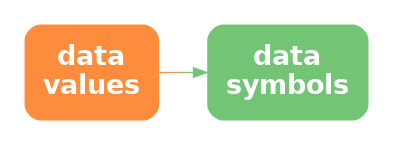
The Graphviz diagram Diagrams/data-sym.png in pmur002/hdvw, before a commit. Its source is kept beside it as Diagrams/data-sym.dot.
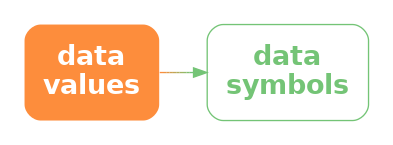
Above is the later version.

What changed in the source:
```diff
@@ -3,6 +3,6 @@
   node [ fontsize=20; fontname="sans bold"; margin=.2 ];
   data [ label="data\nvalues"; shape=box; style="filled, rounded"; penwidth=0; fontcolor=white; fillcolor="#FD8D3C" ]
   sym [ label="data\nsymbols"; shape=box;
-     style="filled, rounded"; penwidth=0; fontcolor=white; fillcolor="#74C476" ]
-  data -> sym [ color="#FD8D3C;0.1:#EE9342;0.1:#DF9949;0.1:#CF9F4F;0.1:#C0A556;0.1:#B1AC5C;0.1:#A2B263;0.1:#92B869;0.1:#83BE70;0.1:#74C476;0.1" ]
+     style="rounded"; color="#74C476"; fontcolor="#74C476" ]
+  data -> sym [ style="bold"; penwidth=1; color="#FD8D3C;0.1:#EE9342;0.1:#DF9949;0.1:#CF9F4F;0.1:#C0A556;0.1:#B1AC5C;0.1:#A2B263;0.1:#92B869;0.1:#83BE70;0.1:#74C476;0.1" ]
 }
```
